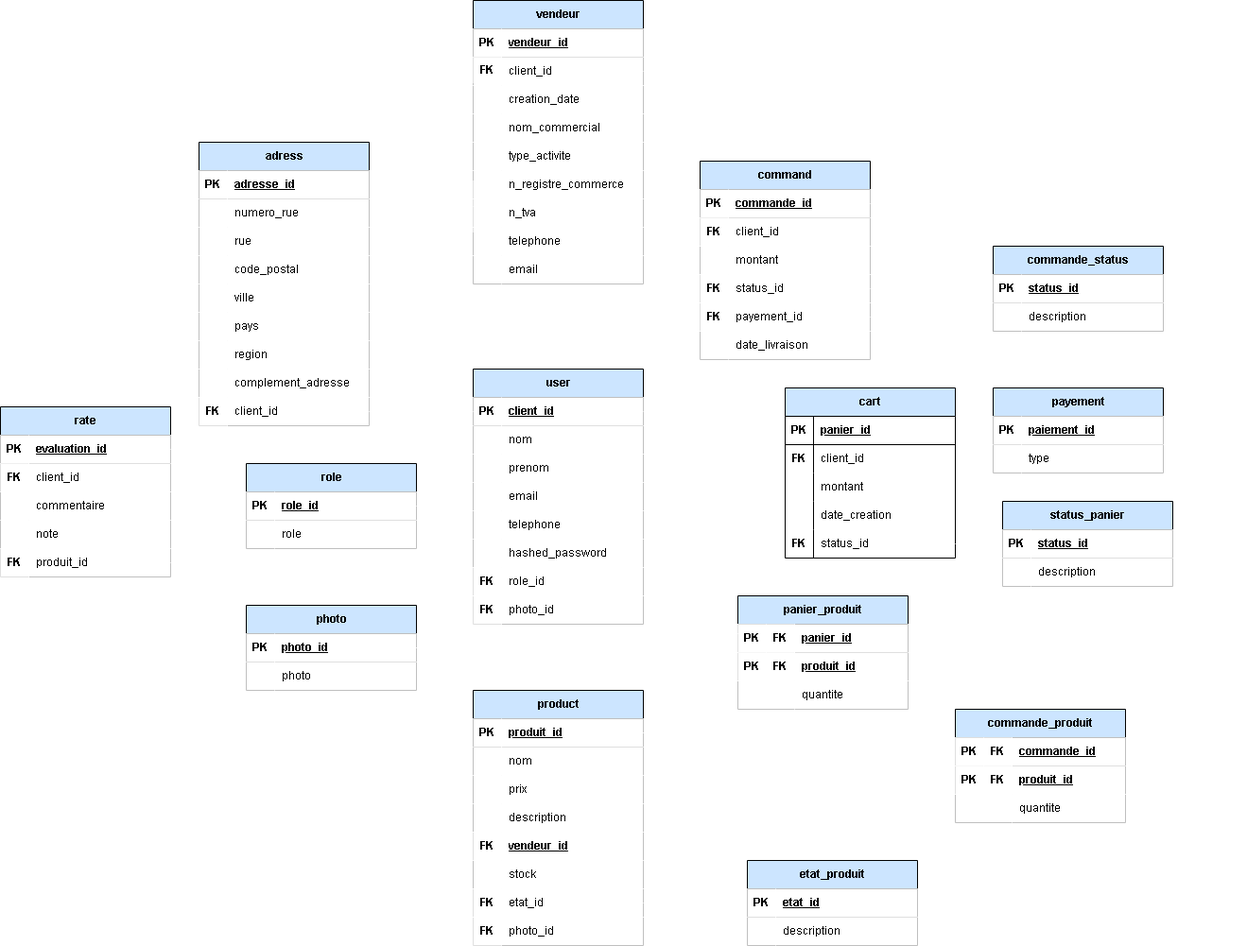
The draw.io diagram MCD_BDD.png in KxroTM/e-commerce-SQL, before a commit. Source tidied: cells renumbered, new cells last; positions are measured from the earlier drawing's top-left corner, leaving out a move shared by most shapes.
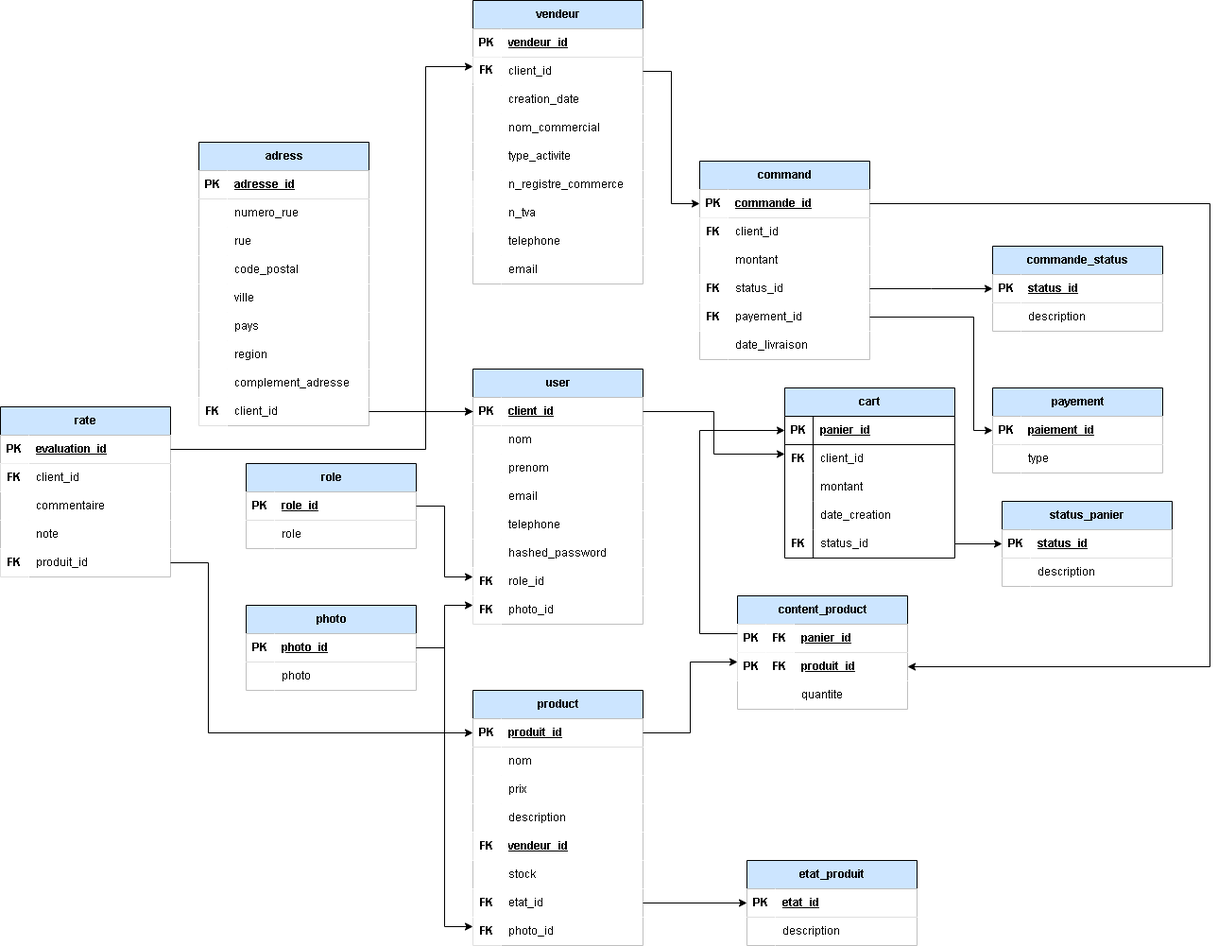
Later version of the same file.

What changed in the source:
```diff
@@ -245,7 +245,7 @@
     <mxCell id="82" style="group;" parent="1" vertex="1">
       <mxGeometry x="780" y="630" width="180" height="120" as="geometry" />
     </mxCell>
-    <mxCell id="83" value="panier_produit" style="shape=table;startSize=30;rowLines=0;fontStyle=1;align=center;html=1;fillColor=#CCE5FF;" parent="82" vertex="1">
+    <mxCell id="83" value="content_&lt;span style=&quot;background-color: initial;&quot;&gt;product&lt;/span&gt;" style="shape=table;startSize=30;rowLines=0;fontStyle=1;align=center;html=1;fillColor=#CCE5FF;" parent="82" vertex="1">
       <mxGeometry width="180" height="120" as="geometry" />
     </mxCell>
     <mxCell id="84" style="shape=tableRow;horizontal=0;startSize=0;swimlaneHead=0;swimlaneBody=0;fillColor=#FFFFFF;top=0;left=0;right=0;bottom=1;" parent="83" vertex="1">
@@ -287,51 +287,6 @@
     <mxCell id="96" value="FK" style="shape=partialRectangle;fillColor=#FFFFFF;top=0;left=0;bottom=0;right=0;fontStyle=1;overflow=hidden;whiteSpace=wrap;html=1;" parent="82" vertex="1">
       <mxGeometry x="30" y="60" width="30" height="30" as="geometry" />
     </mxCell>
-    <mxCell id="97" style="group;" parent="1" vertex="1">
-      <mxGeometry x="1010" y="750" width="180" height="120" as="geometry" />
-    </mxCell>
-    <mxCell id="98" value="commande_produit" style="shape=table;startSize=30;rowLines=0;fontStyle=1;align=center;html=1;fillColor=#CCE5FF;" parent="97" vertex="1">
-      <mxGeometry width="180" height="120" as="geometry" />
-    </mxCell>
-    <mxCell id="99" style="shape=tableRow;horizontal=0;startSize=0;swimlaneHead=0;swimlaneBody=0;fillColor=#FFFFFF;points=[[0,0.5],[1,0.5]];portConstraint=eastwest;top=0;left=0;right=0;bottom=1;" parent="98" vertex="1">
-      <mxGeometry y="30" width="180" height="30" as="geometry" />
-    </mxCell>
-    <mxCell id="100" style="shape=partialRectangle;fillColor=#FFFFFF;top=0;left=0;bottom=0;right=0;fontStyle=1;overflow=hidden;whiteSpace=wrap;html=1;" parent="99" vertex="1">
-      <mxGeometry width="60" height="30" as="geometry" />
-    </mxCell>
-    <mxCell id="101" value="&lt;span style=&quot;text-align: center; text-wrap: nowrap;&quot;&gt;commande_id&lt;/span&gt;" style="shape=partialRectangle;fillColor=#FFFFFF;top=0;left=0;bottom=0;right=0;align=left;spacingLeft=6;fontStyle=5;overflow=hidden;whiteSpace=wrap;html=1;" parent="99" vertex="1">
-      <mxGeometry x="60" width="120" height="30" as="geometry" />
-    </mxCell>
-    <mxCell id="102" style="shape=tableRow;horizontal=0;startSize=0;swimlaneHead=0;swimlaneBody=0;fillColor=#FFFFFF;top=0;left=0;right=0;bottom=0;" parent="98" vertex="1">
-      <mxGeometry y="60" width="180" height="30" as="geometry" />
-    </mxCell>
-    <mxCell id="103" style="shape=partialRectangle;fillColor=#FFFFFF;top=0;left=0;bottom=0;right=0;overflow=hidden;whiteSpace=wrap;html=1;" parent="102" vertex="1">
-      <mxGeometry width="60" height="30" as="geometry" />
-    </mxCell>
-    <mxCell id="104" value="&lt;u&gt;&lt;b&gt;produit_id&lt;/b&gt;&lt;/u&gt;" style="shape=partialRectangle;fillColor=#FFFFFF;top=0;left=0;bottom=0;right=0;align=left;spacingLeft=6;overflow=hidden;whiteSpace=wrap;html=1;" parent="102" vertex="1">
-      <mxGeometry x="60" width="120" height="30" as="geometry" />
-    </mxCell>
-    <mxCell id="105" style="shape=tableRow;horizontal=0;startSize=0;swimlaneHead=0;swimlaneBody=0;fillColor=#FFFFFF;top=0;left=0;right=0;bottom=0;" parent="98" vertex="1">
-      <mxGeometry y="90" width="180" height="30" as="geometry" />
-    </mxCell>
-    <mxCell id="106" style="shape=partialRectangle;fillColor=#FFFFFF;top=0;left=0;bottom=0;right=0;overflow=hidden;whiteSpace=wrap;html=1;" parent="105" vertex="1">
-      <mxGeometry width="60" height="30" as="geometry" />
-    </mxCell>
-    <mxCell id="107" value="quantite" style="shape=partialRectangle;fillColor=#FFFFFF;top=0;left=0;bottom=0;right=0;align=left;spacingLeft=6;overflow=hidden;whiteSpace=wrap;html=1;" parent="105" vertex="1">
-      <mxGeometry x="60" width="120" height="30" as="geometry" />
-    </mxCell>
-    <mxCell id="108" value="PK" style="shape=partialRectangle;fillColor=#FFFFFF;top=0;left=0;bottom=0;right=0;fontStyle=1;overflow=hidden;whiteSpace=wrap;html=1;" parent="97" vertex="1">
-      <mxGeometry y="60" width="30" height="30" as="geometry" />
-    </mxCell>
-    <mxCell id="109" value="PK" style="shape=partialRectangle;fillColor=#FFFFFF;top=0;left=0;bottom=0;right=0;fontStyle=1;overflow=hidden;whiteSpace=wrap;html=1;" parent="97" vertex="1">
-      <mxGeometry y="30" width="30" height="30" as="geometry" />
-    </mxCell>
-    <mxCell id="110" value="FK" style="shape=partialRectangle;fillColor=#FFFFFF;top=0;left=0;bottom=0;right=0;fontStyle=1;overflow=hidden;whiteSpace=wrap;html=1;" parent="97" vertex="1">
-      <mxGeometry x="30" y="30" width="30" height="30" as="geometry" />
-    </mxCell>
-    <mxCell id="111" value="FK" style="shape=partialRectangle;fillColor=#FFFFFF;top=0;left=0;bottom=0;right=0;fontStyle=1;overflow=hidden;whiteSpace=wrap;html=1;" parent="97" vertex="1">
-      <mxGeometry x="30" y="60" width="30" height="30" as="geometry" />
-    </mxCell>
     <mxCell id="112" style="group;" parent="1" vertex="1">
       <mxGeometry x="740" y="170" width="180" height="210" as="geometry" />
     </mxCell>
@@ -758,12 +713,12 @@
     <mxCell id="253" value="FK" style="shape=partialRectangle;fillColor=#FFFFFF;top=0;left=0;bottom=0;right=0;fontStyle=1;overflow=hidden;whiteSpace=wrap;html=1;" parent="225" vertex="1">
       <mxGeometry y="210" width="30" height="30" as="geometry" />
     </mxCell>
-    <mxCell id="254" style="endArrow=classic;html=1;rounded=0;exitX=1;exitY=0.5;exitDx=0;exitDy=0;edgeStyle=entityRelationEdgeStyle;strokeColor=#FFFFFF;" parent="1" edge="1" source="10">
+    <mxCell id="254" style="endArrow=classic;html=1;rounded=0;exitX=1;exitY=0.5;exitDx=0;exitDy=0;edgeStyle=entityRelationEdgeStyle;" parent="1" edge="1" source="10">
       <mxGeometry relative="1" as="geometry">
         <mxPoint x="500" y="610" as="targetPoint" />
       </mxGeometry>
     </mxCell>
-    <mxCell id="255" style="endArrow=classic;html=1;rounded=0;edgeStyle=elbowEdgeStyle;exitX=1;exitY=0.5;exitDx=0;exitDy=0;strokeColor=#FFFFFF;" parent="1" edge="1" source="24">
+    <mxCell id="255" style="endArrow=classic;html=1;rounded=0;edgeStyle=elbowEdgeStyle;exitX=1;exitY=0.5;exitDx=0;exitDy=0;" parent="1" edge="1" source="24">
       <mxGeometry relative="1" as="geometry">
         <mxPoint x="500" y="640" as="targetPoint" />
         <Array as="points">
@@ -771,7 +726,7 @@
         </Array>
       </mxGeometry>
     </mxCell>
-    <mxCell id="256" style="endArrow=classic;html=1;rounded=0;edgeStyle=elbowEdgeStyle;exitX=1;exitY=0.5;exitDx=0;exitDy=0;strokeColor=#FFFFFF;" parent="1" edge="1" source="24">
+    <mxCell id="256" style="endArrow=classic;html=1;rounded=0;edgeStyle=elbowEdgeStyle;exitX=1;exitY=0.5;exitDx=0;exitDy=0;" parent="1" edge="1" source="24">
       <mxGeometry relative="1" as="geometry">
         <mxPoint x="500" y="980" as="targetPoint" />
         <Array as="points">
@@ -779,7 +734,7 @@
         </Array>
       </mxGeometry>
     </mxCell>
-    <mxCell id="257" style="endArrow=classic;html=1;rounded=0;edgeStyle=elbowEdgeStyle;exitX=0;exitY=0.5;exitDx=0;exitDy=0;strokeColor=#FFFFFF;" parent="1" edge="1" source="167">
+    <mxCell id="257" style="endArrow=classic;html=1;rounded=0;edgeStyle=elbowEdgeStyle;exitX=0;exitY=0.5;exitDx=0;exitDy=0;" parent="1" edge="1" source="167">
       <mxGeometry relative="1" as="geometry">
         <mxPoint x="500" y="70" as="targetPoint" />
         <Array as="points">
@@ -787,37 +742,37 @@
         </Array>
       </mxGeometry>
     </mxCell>
-    <mxCell id="258" style="endArrow=classic;html=1;rounded=0;edgeStyle=elbowEdgeStyle;exitX=1;exitY=0.5;exitDx=0;exitDy=0;entryX=0;entryY=0.5;entryDx=0;entryDy=0;strokeColor=#FFFFFF;" parent="1" edge="1" source="161" target="167">
+    <mxCell id="258" style="endArrow=classic;html=1;rounded=0;edgeStyle=elbowEdgeStyle;exitX=1;exitY=0.5;exitDx=0;exitDy=0;entryX=0;entryY=0.5;entryDx=0;entryDy=0;" parent="1" edge="1" source="161" target="167">
       <mxGeometry relative="1" as="geometry">
         <Array as="points">
           <mxPoint x="450" y="450" />
         </Array>
       </mxGeometry>
     </mxCell>
-    <mxCell id="259" style="endArrow=classic;html=1;rounded=0;edgeStyle=elbowEdgeStyle;exitX=1;exitY=0.5;exitDx=0;exitDy=0;entryX=0;entryY=0.5;entryDx=0;entryDy=0;strokeColor=#FFFFFF;" parent="1" edge="1" source="198" target="114">
+    <mxCell id="259" style="endArrow=classic;html=1;rounded=0;edgeStyle=elbowEdgeStyle;exitX=1;exitY=0.5;exitDx=0;exitDy=0;entryX=0;entryY=0.5;entryDx=0;entryDy=0;" parent="1" edge="1" source="198" target="114">
       <mxGeometry relative="1" as="geometry" />
     </mxCell>
-    <mxCell id="260" style="endArrow=classic;html=1;rounded=0;edgeStyle=elbowEdgeStyle;exitX=1;exitY=0.5;exitDx=0;exitDy=0;entryX=0;entryY=0.5;entryDx=0;entryDy=0;strokeColor=#FFFFFF;" parent="1" edge="1" source="126" target="17">
+    <mxCell id="260" style="endArrow=classic;html=1;rounded=0;edgeStyle=elbowEdgeStyle;exitX=1;exitY=0.5;exitDx=0;exitDy=0;entryX=0;entryY=0.5;entryDx=0;entryDy=0;" parent="1" edge="1" source="126" target="17">
       <mxGeometry relative="1" as="geometry">
         <Array as="points">
           <mxPoint x="1030" y="380" />
         </Array>
       </mxGeometry>
     </mxCell>
-    <mxCell id="261" style="endArrow=classic;html=1;rounded=0;edgeStyle=elbowEdgeStyle;exitX=1;exitY=0.5;exitDx=0;exitDy=0;entryX=0;entryY=0.5;entryDx=0;entryDy=0;strokeColor=#FFFFFF;" parent="1" edge="1" source="123" target="38">
+    <mxCell id="261" style="endArrow=classic;html=1;rounded=0;edgeStyle=elbowEdgeStyle;exitX=1;exitY=0.5;exitDx=0;exitDy=0;entryX=0;entryY=0.5;entryDx=0;entryDy=0;" parent="1" edge="1" source="123" target="38">
       <mxGeometry relative="1" as="geometry" />
     </mxCell>
-    <mxCell id="262" style="endArrow=classic;html=1;rounded=0;edgeStyle=elbowEdgeStyle;exitX=1;exitY=0.5;exitDx=0;exitDy=0;strokeColor=#FFFFFF;" parent="1" edge="1" source="227">
+    <mxCell id="262" style="endArrow=classic;html=1;rounded=0;edgeStyle=elbowEdgeStyle;exitX=1;exitY=0.5;exitDx=0;exitDy=0;" parent="1" edge="1" source="227">
       <mxGeometry relative="1" as="geometry">
         <mxPoint x="780" y="700" as="targetPoint" />
       </mxGeometry>
     </mxCell>
-    <mxCell id="263" style="endArrow=classic;html=1;rounded=0;edgeStyle=elbowEdgeStyle;exitX=1;exitY=0.5;exitDx=0;exitDy=0;strokeColor=#FFFFFF;" parent="1" edge="1" source="167">
+    <mxCell id="263" style="endArrow=classic;html=1;rounded=0;edgeStyle=elbowEdgeStyle;exitX=1;exitY=0.5;exitDx=0;exitDy=0;" parent="1" edge="1" source="167">
       <mxGeometry relative="1" as="geometry">
         <mxPoint x="830" y="480" as="targetPoint" />
       </mxGeometry>
     </mxCell>
-    <mxCell id="264" style="endArrow=classic;html=1;rounded=0;edgeStyle=elbowEdgeStyle;entryX=0;entryY=0.5;entryDx=0;entryDy=0;strokeColor=#FFFFFF;" parent="1" edge="1" target="46">
+    <mxCell id="264" style="endArrow=classic;html=1;rounded=0;edgeStyle=elbowEdgeStyle;entryX=0;entryY=0.5;entryDx=0;entryDy=0;" parent="1" edge="1" target="46">
       <mxGeometry relative="1" as="geometry">
         <mxPoint x="780" y="670" as="sourcePoint" />
         <Array as="points">
@@ -825,32 +780,27 @@
         </Array>
       </mxGeometry>
     </mxCell>
-    <mxCell id="265" style="endArrow=classic;html=1;rounded=0;exitX=1;exitY=0.5;exitDx=0;exitDy=0;entryX=0;entryY=0.5;entryDx=0;entryDy=0;strokeColor=#FFFFFF;" parent="1" edge="1" source="58" target="31">
+    <mxCell id="265" style="endArrow=classic;html=1;rounded=0;exitX=1;exitY=0.5;exitDx=0;exitDy=0;entryX=0;entryY=0.5;entryDx=0;entryDy=0;" parent="1" edge="1" source="58" target="31">
       <mxGeometry relative="1" as="geometry" />
     </mxCell>
-    <mxCell id="266" style="endArrow=classic;html=1;rounded=0;exitX=1;exitY=0.5;exitDx=0;exitDy=0;entryX=0;entryY=0.5;entryDx=0;entryDy=0;strokeColor=#FFFFFF;" parent="1" edge="1" source="245" target="3">
+    <mxCell id="266" style="endArrow=classic;html=1;rounded=0;exitX=1;exitY=0.5;exitDx=0;exitDy=0;entryX=0;entryY=0.5;entryDx=0;entryDy=0;" parent="1" edge="1" source="245" target="3">
       <mxGeometry relative="1" as="geometry" />
     </mxCell>
-    <mxCell id="267" style="endArrow=classic;html=1;rounded=0;edgeStyle=elbowEdgeStyle;exitX=1;exitY=0.5;exitDx=0;exitDy=0;entryX=1;entryY=0.5;entryDx=0;entryDy=0;elbow=vertical;strokeColor=#FFFFFF;" parent="1" edge="1" source="114" target="99">
+    <mxCell id="267" style="endArrow=classic;html=1;rounded=0;edgeStyle=elbowEdgeStyle;exitX=1;exitY=0.5;exitDx=0;exitDy=0;elbow=vertical;entryX=1;entryY=0.5;entryDx=0;entryDy=0;" parent="1" edge="1" source="114" target="87">
       <mxGeometry relative="1" as="geometry">
         <Array as="points">
-          <mxPoint x="1310" y="160" />
+          <mxPoint x="1280" y="280" />
         </Array>
       </mxGeometry>
     </mxCell>
-    <mxCell id="268" style="endArrow=classic;html=1;rounded=0;edgeStyle=elbowEdgeStyle;exitX=1;exitY=0.5;exitDx=0;exitDy=0;strokeColor=#FFFFFF;" parent="1" edge="1" source="227">
-      <mxGeometry relative="1" as="geometry">
-        <mxPoint x="1010" y="820" as="targetPoint" />
-      </mxGeometry>
-    </mxCell>
-    <mxCell id="269" style="endArrow=classic;html=1;rounded=0;edgeStyle=elbowEdgeStyle;exitX=1;exitY=0.5;exitDx=0;exitDy=0;entryX=0;entryY=0.5;entryDx=0;entryDy=0;strokeColor=#FFFFFF;" parent="1" edge="1" source="77" target="227">
+    <mxCell id="269" style="endArrow=classic;html=1;rounded=0;edgeStyle=elbowEdgeStyle;exitX=1;exitY=0.5;exitDx=0;exitDy=0;entryX=0;entryY=0.5;entryDx=0;entryDy=0;" parent="1" edge="1" source="77" target="227">
       <mxGeometry relative="1" as="geometry">
         <Array as="points">
           <mxPoint x="220" y="740" />
         </Array>
       </mxGeometry>
     </mxCell>
-    <mxCell id="270" style="endArrow=classic;html=1;rounded=0;edgeStyle=elbowEdgeStyle;exitX=1;exitY=0.5;exitDx=0;exitDy=0;entryX=0;entryY=0.5;entryDx=0;entryDy=0;strokeColor=#FFFFFF;" parent="1" edge="1" source="65" target="167">
+    <mxCell id="270" style="endArrow=classic;html=1;rounded=0;edgeStyle=elbowEdgeStyle;exitX=1;exitY=0.5;exitDx=0;exitDy=0;entryX=0;entryY=0.5;entryDx=0;entryDy=0;" parent="1" edge="1" source="65" target="167">
       <mxGeometry relative="1" as="geometry">
         <Array as="points">
           <mxPoint x="450" y="460" />
```
